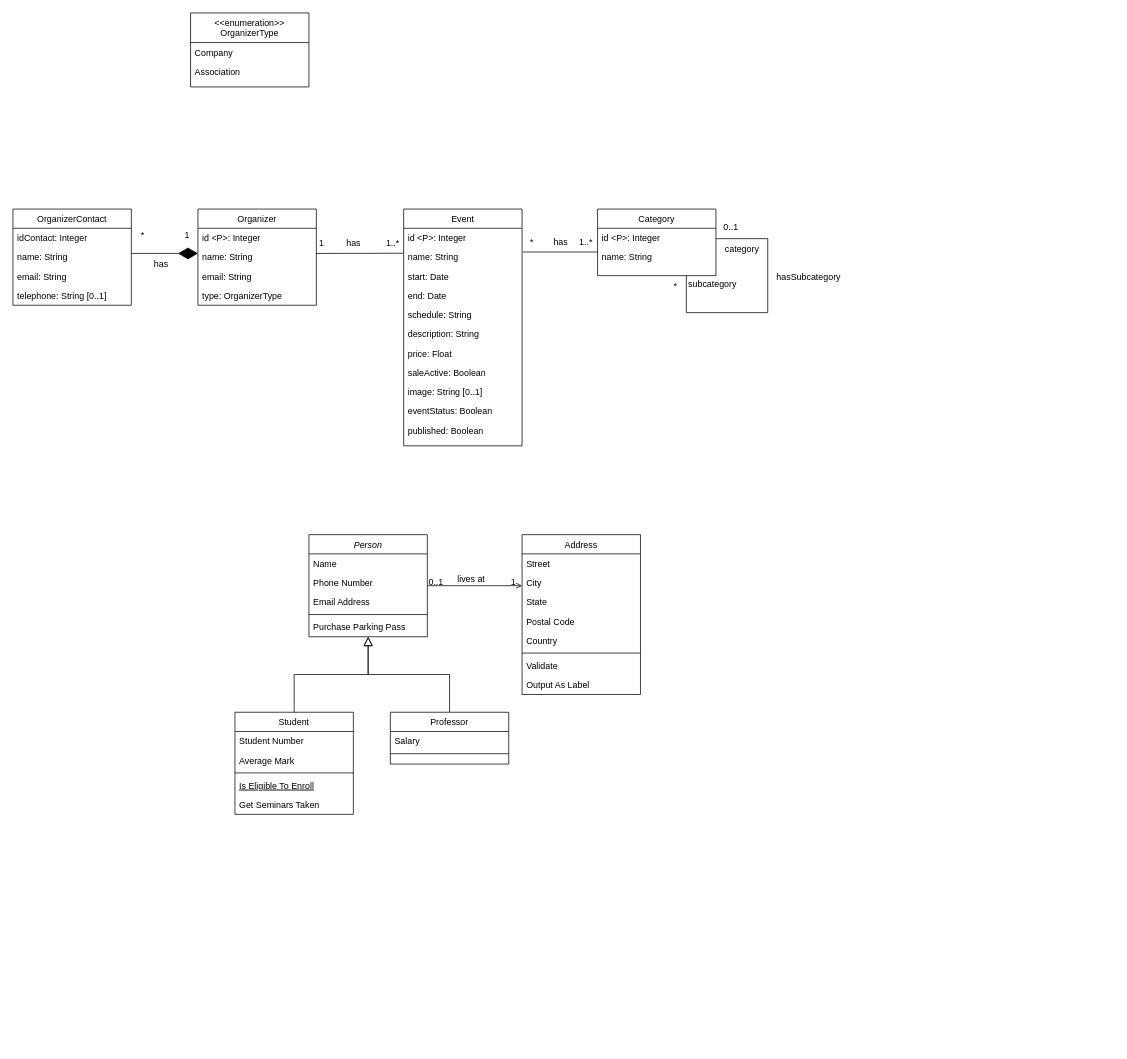
This is conceptual-diagram.drawio from danielpilot/event-database, a draw.io file, before an edit. Source tidied: cells renumbered, new cells numbered last; positions are measured from the earlier drawing's top-left corner, leaving out a move shared by most shapes. Both pictures are drawn from the tidied source at 74%, with x=0, y=0 at pixel (13, 13).
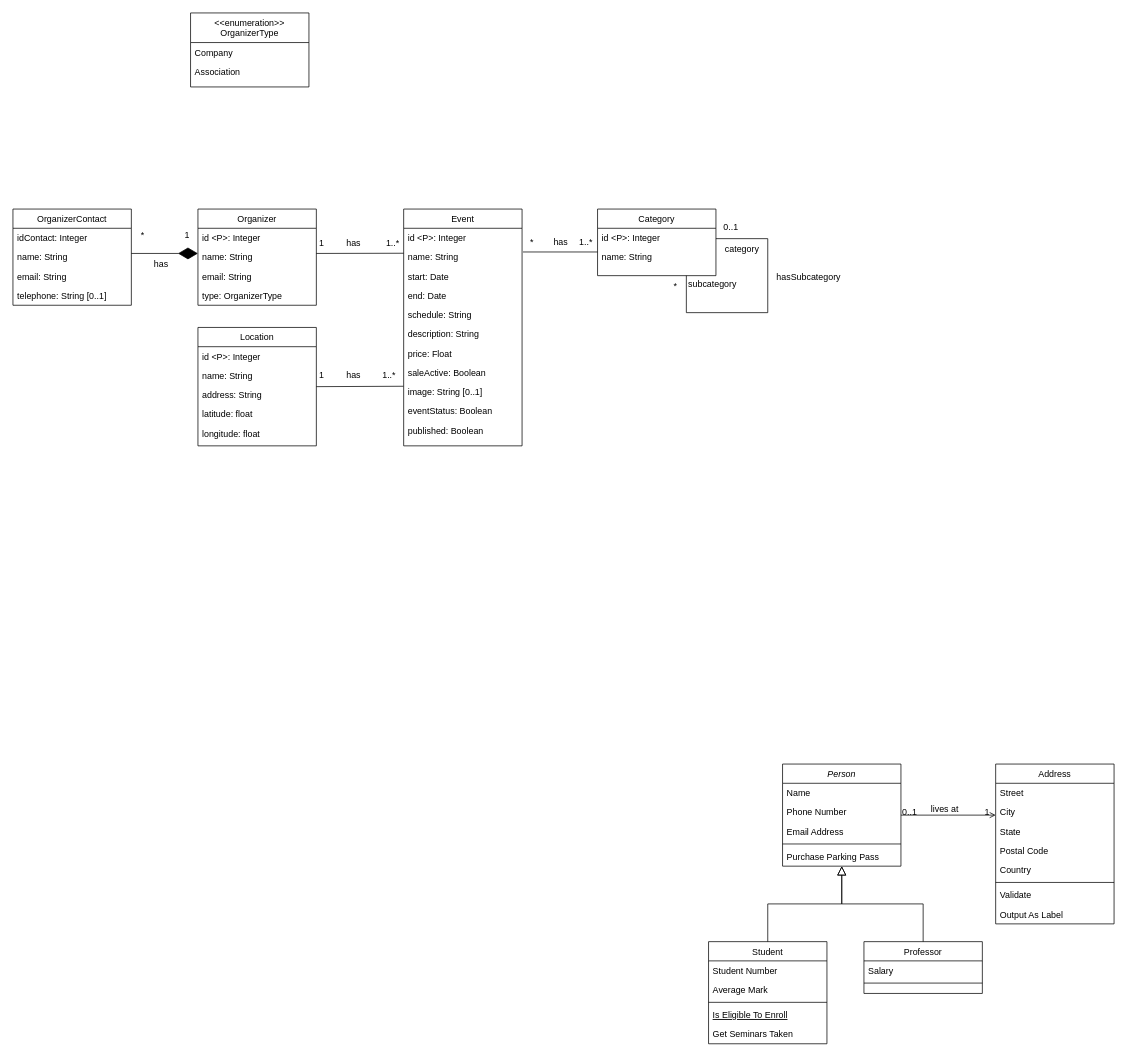
The same diagram, later.

The change refers to these unchanged cells:
```xml
<mxCell id="41" value="image: String [0..1]" style="text;align=left;verticalAlign=top;spacingLeft=4;spacingRight=4;overflow=hidden;points=[[0,0.5],[1,0.5]];portConstraint=eastwest;rounded=0;shadow=0;html=0;" parent="32" vertex="1">
  <mxGeometry y="234" width="160" height="26" as="geometry" />
</mxCell>
```

Diff of the diagram source:
```diff
@@
     <mxCell id="2" value="Person" style="swimlane;fontStyle=2;align=center;verticalAlign=top;horizontal=1;startSize=26;rounded=0;shadow=0;strokeWidth=1;" parent="1" vertex="1">
-      <mxGeometry x="400" y="705" width="160" height="138" as="geometry" />
+      <mxGeometry x="1040" y="1015" width="160" height="138" as="geometry" />
     </mxCell>
@@
     <mxCell id="8" value="Student" style="swimlane;fontStyle=0;align=center;verticalAlign=top;horizontal=1;startSize=26;rounded=0;shadow=0;strokeWidth=1;" parent="1" vertex="1">
-      <mxGeometry x="300" y="945" width="160" height="138" as="geometry" />
+      <mxGeometry x="940" y="1255" width="160" height="138" as="geometry" />
     </mxCell>
@@
     <mxCell id="15" value="Professor" style="swimlane;fontStyle=0;align=center;verticalAlign=top;horizontal=1;startSize=26;rounded=0;shadow=0;strokeWidth=1;" parent="1" vertex="1">
-      <mxGeometry x="510" y="945" width="160" height="70" as="geometry" />
+      <mxGeometry x="1150" y="1255" width="160" height="70" as="geometry" />
     </mxCell>
@@
     <mxCell id="19" value="Address" style="swimlane;fontStyle=0;align=center;verticalAlign=top;horizontal=1;startSize=26;rounded=0;shadow=0;strokeWidth=1;" parent="1" vertex="1">
-      <mxGeometry x="688" y="705" width="160" height="216" as="geometry" />
+      <mxGeometry x="1328" y="1015" width="160" height="216" as="geometry" />
     </mxCell>
@@
+    <mxCell id="81" value="Location" style="swimlane;fontStyle=0;align=center;verticalAlign=top;horizontal=1;startSize=26;rounded=0;shadow=0;strokeWidth=1;" parent="1" vertex="1">
+      <mxGeometry x="250" y="425" width="160" height="160" as="geometry" />
+    </mxCell>
+    <mxCell id="82" value="id &lt;P&gt;: Integer" style="text;align=left;verticalAlign=top;spacingLeft=4;spacingRight=4;overflow=hidden;" parent="81" vertex="1">
+      <mxGeometry y="26" width="160" height="26" as="geometry" />
+    </mxCell>
+    <mxCell id="83" value="name: String" style="text;align=left;verticalAlign=top;spacingLeft=4;spacingRight=4;overflow=hidden;rounded=0;shadow=0;html=0;" parent="81" vertex="1">
+      <mxGeometry y="52" width="160" height="26" as="geometry" />
+    </mxCell>
+    <mxCell id="84" value="address: String" style="text;align=left;verticalAlign=top;spacingLeft=4;spacingRight=4;overflow=hidden;rounded=0;shadow=0;html=0;" parent="81" vertex="1">
+      <mxGeometry y="78" width="160" height="26" as="geometry" />
+    </mxCell>
+    <mxCell id="85" value="latitude: float" style="text;align=left;verticalAlign=top;spacingLeft=4;spacingRight=4;overflow=hidden;rounded=0;shadow=0;html=0;" parent="81" vertex="1">
+      <mxGeometry y="104" width="160" height="26" as="geometry" />
+    </mxCell>
+    <mxCell id="86" value="longitude: float" style="text;align=left;verticalAlign=top;spacingLeft=4;spacingRight=4;overflow=hidden;rounded=0;shadow=0;html=0;" parent="81" vertex="1">
+      <mxGeometry y="130" width="160" height="26" as="geometry" />
+    </mxCell>
+    <mxCell id="87" style="endArrow=none;html=1;rounded=0;entryX=-0.002;entryY=0.21;entryDx=0;entryDy=0;entryPerimeter=0;" parent="1" edge="1" target="41">
+      <mxGeometry relative="1" as="geometry">
+        <mxPoint x="410" y="505" as="sourcePoint" />
+      </mxGeometry>
+    </mxCell>
+    <mxCell id="88" value="1" style="text;html=1;align=center;verticalAlign=middle;strokeColor=none;fillColor=none;" parent="1" vertex="1">
+      <mxGeometry x="402" y="475" width="30" height="30" as="geometry" />
+    </mxCell>
+    <mxCell id="89" value="1..*" style="text;html=1;align=center;verticalAlign=middle;strokeColor=none;fillColor=none;" parent="1" vertex="1">
+      <mxGeometry x="488" y="475" width="40" height="30" as="geometry" />
+    </mxCell>
+    <mxCell id="90" value="has" style="text;html=1;align=center;verticalAlign=middle;strokeColor=none;fillColor=none;" parent="1" vertex="1">
+      <mxGeometry x="440" y="475" width="40" height="30" as="geometry" />
+    </mxCell>
```
